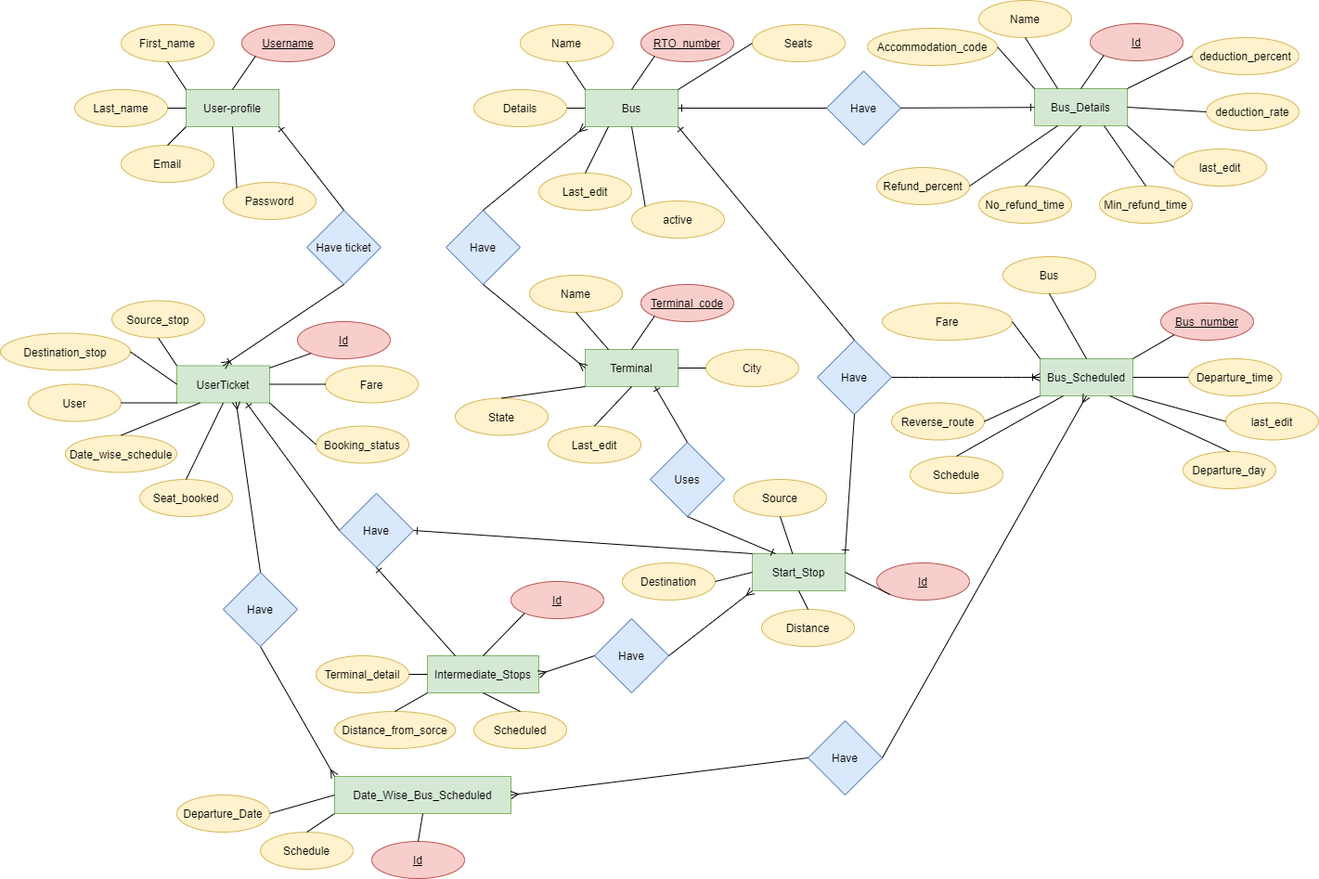
Above: ER/ER.png in Aditya-2001/RouteCravers (draw.io), before the change. Source tidied: cells renumbered, new cells last; positions are measured from the earlier drawing's top-left corner, leaving out a move shared by most shapes.
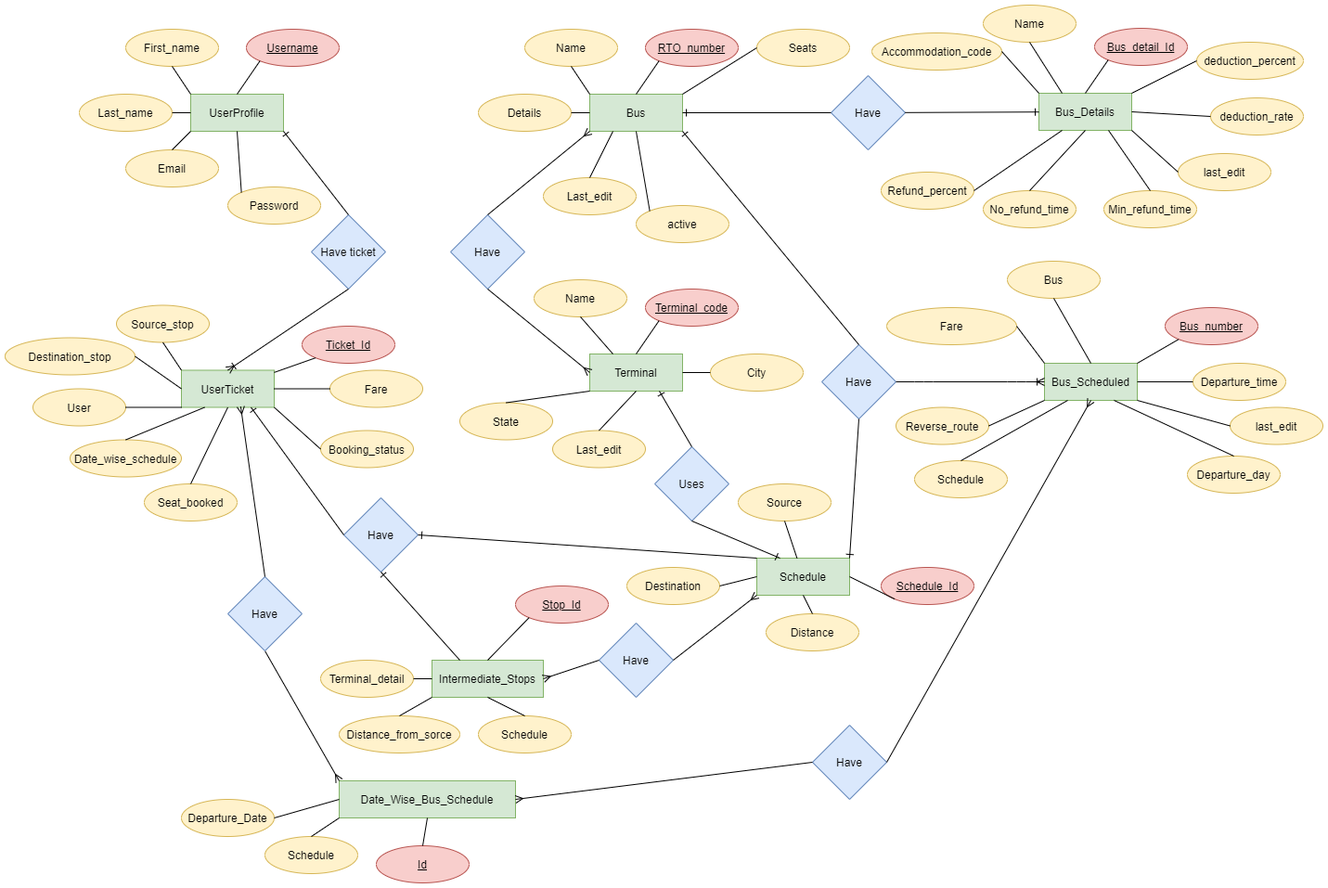
The same diagram one commit later.

Commit message:
attributes corrected in er-diagram

The edit, as a diff of the source:
```diff
@@ -2,7 +2,7 @@
   <root>
     <mxCell id="0" />
     <mxCell id="1" parent="0" />
-    <mxCell id="2" value="User-profile" style="whiteSpace=wrap;html=1;align=center;fillColor=#d5e8d4;strokeColor=#82b366;" parent="1" vertex="1">
+    <mxCell id="2" value="UserProfile" style="whiteSpace=wrap;html=1;align=center;fillColor=#d5e8d4;strokeColor=#82b366;" parent="1" vertex="1">
       <mxGeometry x="200" y="96" width="100" height="40" as="geometry" />
     </mxCell>
     <mxCell id="3" value="First_name" style="ellipse;whiteSpace=wrap;html=1;align=center;fillColor=#fff2cc;strokeColor=#d6b656;" parent="1" vertex="1">
@@ -107,7 +107,7 @@
     <mxCell id="36" style="endArrow=none;html=1;rounded=0;exitX=0;exitY=1;exitDx=0;exitDy=0;entryX=0.5;entryY=0;entryDx=0;entryDy=0;" parent="1" edge="1" source="31" target="26">
       <mxGeometry relative="1" as="geometry" />
     </mxCell>
-    <mxCell id="37" value="Start_Stop" style="whiteSpace=wrap;html=1;align=center;fillColor=#d5e8d4;strokeColor=#82b366;" parent="1" vertex="1">
+    <mxCell id="37" value="Schedule" style="whiteSpace=wrap;html=1;align=center;fillColor=#d5e8d4;strokeColor=#82b366;" parent="1" vertex="1">
       <mxGeometry x="810" y="596" width="100" height="40" as="geometry" />
     </mxCell>
     <mxCell id="38" value="Source" style="ellipse;whiteSpace=wrap;html=1;align=center;fillColor=#fff2cc;strokeColor=#d6b656;" parent="1" vertex="1">
@@ -119,7 +119,7 @@
     <mxCell id="40" value="Distance" style="ellipse;whiteSpace=wrap;html=1;align=center;fillColor=#fff2cc;strokeColor=#d6b656;" parent="1" vertex="1">
       <mxGeometry x="820" y="656" width="100" height="40" as="geometry" />
     </mxCell>
-    <mxCell id="41" value="Id" style="ellipse;whiteSpace=wrap;html=1;align=center;fontStyle=4;fillColor=#f8cecc;strokeColor=#b85450;" parent="1" vertex="1">
+    <mxCell id="41" value="Schedule_Id" style="ellipse;whiteSpace=wrap;html=1;align=center;fontStyle=4;fillColor=#f8cecc;strokeColor=#b85450;" parent="1" vertex="1">
       <mxGeometry x="944" y="606" width="100" height="40" as="geometry" />
     </mxCell>
     <mxCell id="42" style="endArrow=none;html=1;rounded=0;exitX=1;exitY=0.5;exitDx=0;exitDy=0;entryX=0;entryY=0.5;entryDx=0;entryDy=0;" parent="1" edge="1" source="39" target="37">
@@ -151,7 +151,7 @@
     <mxCell id="50" value="No_refund_time" style="ellipse;whiteSpace=wrap;html=1;align=center;fillColor=#fff2cc;strokeColor=#d6b656;" parent="1" vertex="1">
       <mxGeometry x="1054" y="200" width="100" height="40" as="geometry" />
     </mxCell>
-    <mxCell id="51" value="Id" style="ellipse;whiteSpace=wrap;html=1;align=center;fontStyle=4;fillColor=#f8cecc;strokeColor=#b85450;" parent="1" vertex="1">
+    <mxCell id="51" value="Bus_detail_Id" style="ellipse;whiteSpace=wrap;html=1;align=center;fontStyle=4;fillColor=#f8cecc;strokeColor=#b85450;" parent="1" vertex="1">
       <mxGeometry x="1174" y="25" width="100" height="40" as="geometry" />
     </mxCell>
     <mxCell id="52" style="endArrow=none;html=1;rounded=0;exitX=1;exitY=0.5;exitDx=0;exitDy=0;entryX=0;entryY=0;entryDx=0;entryDy=0;" parent="1" edge="1" source="48" target="46">
@@ -198,7 +198,7 @@
     <mxCell id="65" value="Intermediate_Stops" style="whiteSpace=wrap;html=1;align=center;fillColor=#d5e8d4;strokeColor=#82b366;" parent="1" vertex="1">
       <mxGeometry x="460" y="706" width="120" height="40" as="geometry" />
     </mxCell>
-    <mxCell id="66" value="Scheduled" style="ellipse;whiteSpace=wrap;html=1;align=center;fillColor=#fff2cc;strokeColor=#d6b656;" parent="1" vertex="1">
+    <mxCell id="66" value="Schedule" style="ellipse;whiteSpace=wrap;html=1;align=center;fillColor=#fff2cc;strokeColor=#d6b656;" parent="1" vertex="1">
       <mxGeometry x="510" y="766" width="100" height="40" as="geometry" />
     </mxCell>
     <mxCell id="67" value="Terminal_detail" style="ellipse;whiteSpace=wrap;html=1;align=center;fillColor=#fff2cc;strokeColor=#d6b656;" parent="1" vertex="1">
@@ -207,7 +207,7 @@
     <mxCell id="68" value="Distance_from_sorce" style="ellipse;whiteSpace=wrap;html=1;align=center;fillColor=#fff2cc;strokeColor=#d6b656;" parent="1" vertex="1">
       <mxGeometry x="360" y="766" width="130" height="40" as="geometry" />
     </mxCell>
-    <mxCell id="69" value="Id" style="ellipse;whiteSpace=wrap;html=1;align=center;fontStyle=4;fillColor=#f8cecc;strokeColor=#b85450;" parent="1" vertex="1">
+    <mxCell id="69" value="Stop_Id" style="ellipse;whiteSpace=wrap;html=1;align=center;fontStyle=4;fillColor=#f8cecc;strokeColor=#b85450;" parent="1" vertex="1">
       <mxGeometry x="550" y="626" width="100" height="40" as="geometry" />
     </mxCell>
     <mxCell id="70" style="endArrow=none;html=1;rounded=0;exitX=1;exitY=0.5;exitDx=0;exitDy=0;entryX=0;entryY=0.5;entryDx=0;entryDy=0;" parent="1" edge="1" source="67" target="65">
@@ -333,13 +333,13 @@
     <mxCell id="110" value="Have ticket" style="rhombus;whiteSpace=wrap;html=1;fillColor=#dae8fc;strokeColor=#6c8ebf;" parent="1" vertex="1">
       <mxGeometry x="330" y="226" width="80" height="80" as="geometry" />
     </mxCell>
-    <mxCell id="111" value="Id" style="ellipse;whiteSpace=wrap;html=1;align=center;fontStyle=4;fillColor=#f8cecc;strokeColor=#b85450;" parent="1" vertex="1">
+    <mxCell id="111" value="Ticket_Id" style="ellipse;whiteSpace=wrap;html=1;align=center;fontStyle=4;fillColor=#f8cecc;strokeColor=#b85450;" parent="1" vertex="1">
       <mxGeometry x="320" y="346" width="100" height="40" as="geometry" />
     </mxCell>
     <mxCell id="112" style="endArrow=none;html=1;rounded=0;entryX=0;entryY=1;entryDx=0;entryDy=0;" parent="1" edge="1" source="91" target="111">
       <mxGeometry relative="1" as="geometry" />
     </mxCell>
-    <mxCell id="113" value="Date_Wise_Bus_Scheduled" style="whiteSpace=wrap;html=1;align=center;fillColor=#d5e8d4;strokeColor=#82b366;" parent="1" vertex="1">
+    <mxCell id="113" value="Date_Wise_Bus_Schedule" style="whiteSpace=wrap;html=1;align=center;fillColor=#d5e8d4;strokeColor=#82b366;" parent="1" vertex="1">
       <mxGeometry x="360" y="836" width="190" height="40" as="geometry" />
     </mxCell>
     <mxCell id="114" value="Schedule" style="ellipse;whiteSpace=wrap;html=1;align=center;fillColor=#fff2cc;strokeColor=#d6b656;" parent="1" vertex="1">
```
